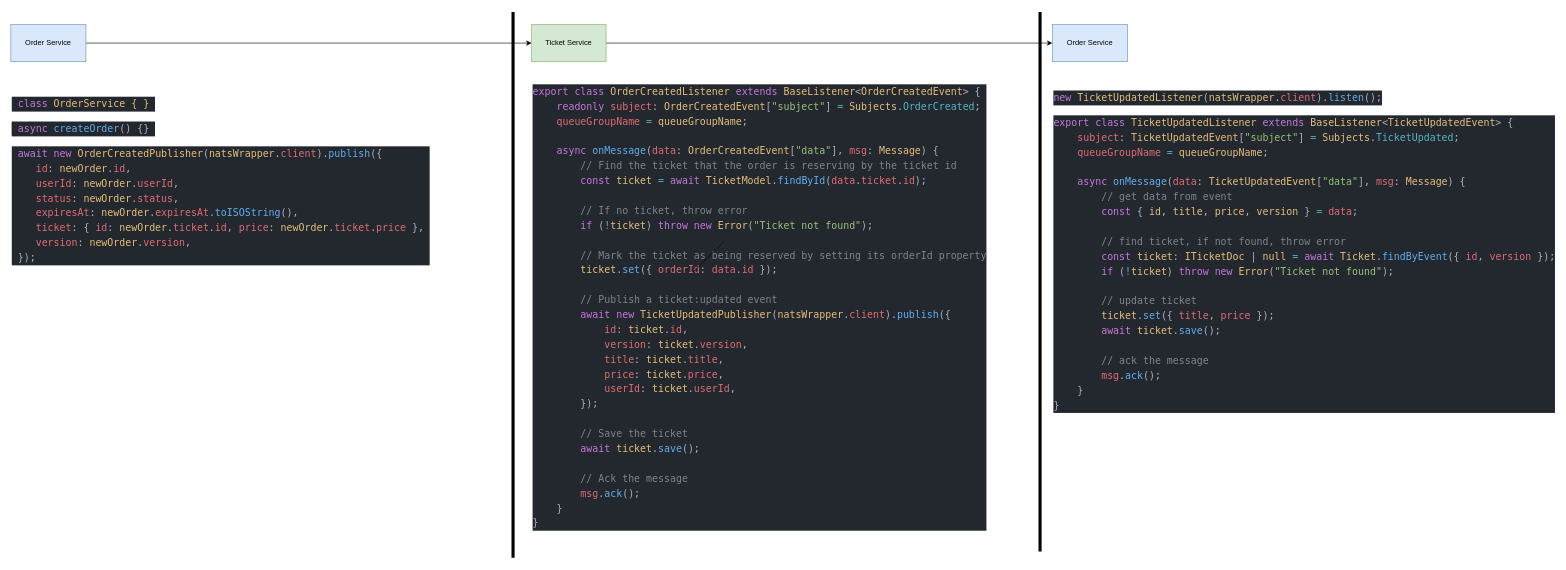
The draw.io diagram page "OrderCreatedPublisher-1" (4 of 4) of ticketing_project.drawio in h3nrzi/ticketing22, before the edit. Source tidied: cells renumbered, new cells numbered last; positions are measured from the earlier drawing's top-left corner, leaving out a move shared by most shapes. Both pictures are drawn from the tidied source at 62%, with x=0, y=0 at pixel (11, 12).
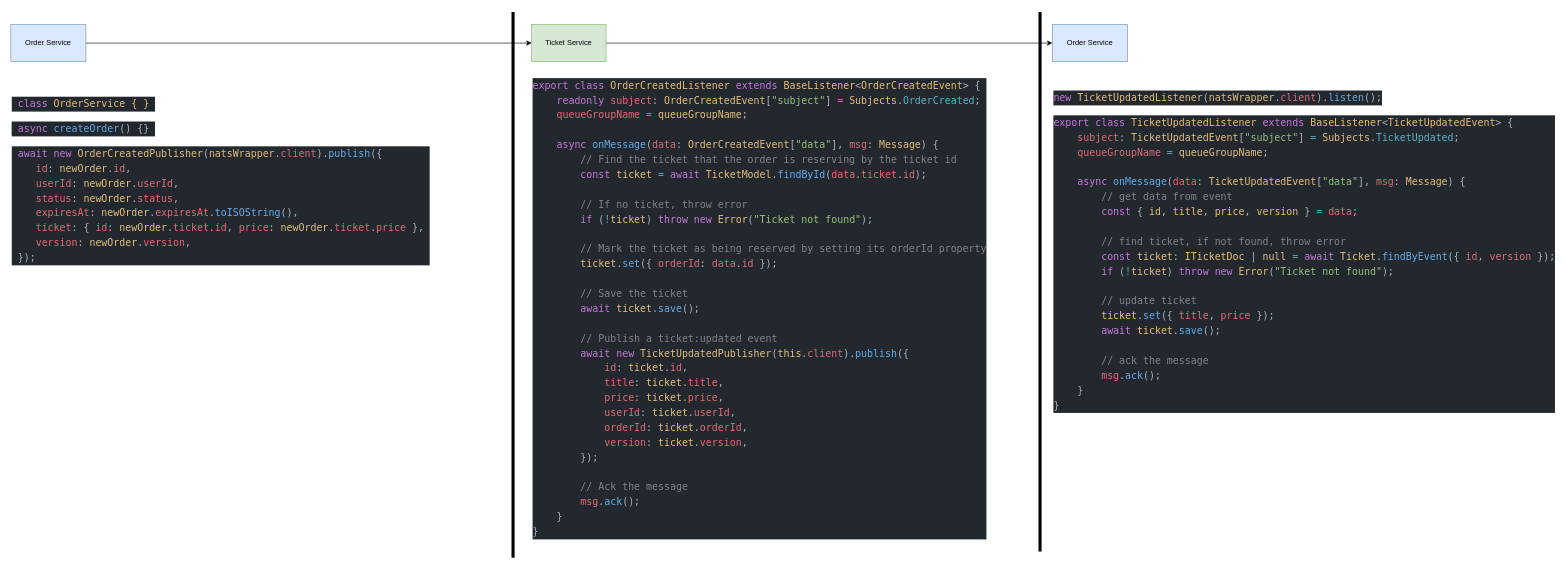
Above is the later version.

What changed in the source:
```diff
@@
-    <mxCell id="12" value="&lt;div style=&quot;color: #abb2bf;background-color: #23272e;font-family: 'Ubuntu mono', Menlo, Monaco, 'Courier New', monospace;font-weight: normal;font-size: 16px;line-height: 24px;white-space: pre;&quot;&gt;&lt;div&gt;&lt;span style=&quot;color: #c678dd;&quot;&gt;export&lt;/span&gt;&lt;span style=&quot;color: #abb2bf;&quot;&gt; &lt;/span&gt;&lt;span style=&quot;color: #c678dd;&quot;&gt;class&lt;/span&gt;&lt;span style=&quot;color: #abb2bf;&quot;&gt; &lt;/span&gt;&lt;span style=&quot;color: #e5c07b;&quot;&gt;OrderCreatedListener&lt;/span&gt;&lt;span style=&quot;color: #abb2bf;&quot;&gt; &lt;/span&gt;&lt;span style=&quot;color: #c678dd;&quot;&gt;extends&lt;/span&gt;&lt;span style=&quot;color: #abb2bf;&quot;&gt; &lt;/span&gt;&lt;span style=&quot;color: #e5c07b;&quot;&gt;BaseListener&lt;/span&gt;&lt;span style=&quot;color: #abb2bf;&quot;&gt;&amp;lt;&lt;/span&gt;&lt;span style=&quot;color: #e5c07b;&quot;&gt;OrderCreatedEvent&lt;/span&gt;&lt;span style=&quot;color: #abb2bf;&quot;&gt;&amp;gt; {&lt;/span&gt;&lt;/div&gt;&lt;div&gt;&lt;span style=&quot;color: #abb2bf;&quot;&gt;    &lt;/span&gt;&lt;span style=&quot;color: #c678dd;&quot;&gt;readonly&lt;/span&gt;&lt;span style=&quot;color: #abb2bf;&quot;&gt; &lt;/span&gt;&lt;span style=&quot;color: #e06c75;&quot;&gt;subject&lt;/span&gt;&lt;span style=&quot;color: #abb2bf;&quot;&gt;: &lt;/span&gt;&lt;span style=&quot;color: #e5c07b;&quot;&gt;OrderCreatedEvent&lt;/span&gt;&lt;span style=&quot;color: #abb2bf;&quot;&gt;[&lt;/span&gt;&lt;span style=&quot;color: #98c379;&quot;&gt;&quot;subject&quot;&lt;/span&gt;&lt;span style=&quot;color: #abb2bf;&quot;&gt;] &lt;/span&gt;&lt;span style=&quot;color: #56b6c2;&quot;&gt;=&lt;/span&gt;&lt;span style=&quot;color: #abb2bf;&quot;&gt; &lt;/span&gt;&lt;span style=&quot;color: #e5c07b;&quot;&gt;Subjects&lt;/span&gt;&lt;span style=&quot;color: #abb2bf;&quot;&gt;.&lt;/span&gt;&lt;span style=&quot;color: #56b6c2;&quot;&gt;OrderCreated&lt;/span&gt;&lt;span style=&quot;color: #abb2bf;&quot;&gt;;&lt;/span&gt;&lt;/div&gt;&lt;div&gt;&lt;span style=&quot;color: #abb2bf;&quot;&gt;    &lt;/span&gt;&lt;span style=&quot;color: #e06c75;&quot;&gt;queueGroupName&lt;/span&gt;&lt;span style=&quot;color: #abb2bf;&quot;&gt; &lt;/span&gt;&lt;span style=&quot;color: #56b6c2;&quot;&gt;=&lt;/span&gt;&lt;span style=&quot;color: #abb2bf;&quot;&gt; &lt;/span&gt;&lt;span style=&quot;color: #e5c07b;&quot;&gt;queueGroupName&lt;/span&gt;&lt;span style=&quot;color: #abb2bf;&quot;&gt;;&lt;/span&gt;&lt;/div&gt;&lt;br&gt;&lt;div&gt;&lt;span style=&quot;color: #abb2bf;&quot;&gt;    &lt;/span&gt;&lt;span style=&quot;color: #c678dd;&quot;&gt;async&lt;/span&gt;&lt;span style=&quot;color: #abb2bf;&quot;&gt; &lt;/span&gt;&lt;span style=&quot;color: #61afef;&quot;&gt;onMessage&lt;/span&gt;&lt;span style=&quot;color: #abb2bf;&quot;&gt;(&lt;/span&gt;&lt;span style=&quot;color: #e06c75;&quot;&gt;data&lt;/span&gt;&lt;span style=&quot;color: #abb2bf;&quot;&gt;: &lt;/span&gt;&lt;span style=&quot;color: #e5c07b;&quot;&gt;OrderCreatedEvent&lt;/span&gt;&lt;span style=&quot;color: #abb2bf;&quot;&gt;[&lt;/span&gt;&lt;span style=&quot;color: #98c379;&quot;&gt;&quot;data&quot;&lt;/span&gt;&lt;span style=&quot;color: #abb2bf;&quot;&gt;], &lt;/span&gt;&lt;span style=&quot;color: #e06c75;&quot;&gt;msg&lt;/span&gt;&lt;span style=&quot;color: #abb2bf;&quot;&gt;: &lt;/span&gt;&lt;span style=&quot;color: #e5c07b;&quot;&gt;Message&lt;/span&gt;&lt;span style=&quot;color: #abb2bf;&quot;&gt;) {&lt;/span&gt;&lt;/div&gt;&lt;div&gt;&lt;span style=&quot;color: #abb2bf;&quot;&gt;        &lt;/span&gt;&lt;span style=&quot;color: #7f848e;&quot;&gt;// Find the ticket that the order is reserving by the ticket id&lt;/span&gt;&lt;/div&gt;&lt;div&gt;&lt;span style=&quot;color: #abb2bf;&quot;&gt;        &lt;/span&gt;&lt;span style=&quot;color: #c678dd;&quot;&gt;const&lt;/span&gt;&lt;span style=&quot;color: #abb2bf;&quot;&gt; &lt;/span&gt;&lt;span style=&quot;color: #e5c07b;&quot;&gt;ticket&lt;/span&gt;&lt;span style=&quot;color: #abb2bf;&quot;&gt; &lt;/span&gt;&lt;span style=&quot;color: #56b6c2;&quot;&gt;=&lt;/span&gt;&lt;span style=&quot;color: #abb2bf;&quot;&gt; &lt;/span&gt;&lt;span style=&quot;color: #c678dd;&quot;&gt;await&lt;/span&gt;&lt;span style=&quot;color: #abb2bf;&quot;&gt; &lt;/span&gt;&lt;span style=&quot;color: #e5c07b;&quot;&gt;TicketModel&lt;/span&gt;&lt;span style=&quot;color: #abb2bf;&quot;&gt;.&lt;/span&gt;&lt;span style=&quot;color: #61afef;&quot;&gt;findById&lt;/span&gt;&lt;span style=&quot;color: #abb2bf;&quot;&gt;(&lt;/span&gt;&lt;span style=&quot;color: #e06c75;&quot;&gt;data&lt;/span&gt;&lt;span style=&quot;color: #abb2bf;&quot;&gt;.&lt;/span&gt;&lt;span style=&quot;color: #e06c75;&quot;&gt;ticket&lt;/span&gt;&lt;span style=&quot;color: #abb2bf;&quot;&gt;.&lt;/span&gt;&lt;span style=&quot;color: #e06c75;&quot;&gt;id&lt;/span&gt;&lt;span style=&quot;color: #abb2bf;&quot;&gt;);&lt;/span&gt;&lt;/div&gt;&lt;br&gt;&lt;div&gt;&lt;span style=&quot;color: #abb2bf;&quot;&gt;        &lt;/span&gt;&lt;span style=&quot;color: #7f848e;&quot;&gt;// If no ticket, throw error&lt;/span&gt;&lt;/div&gt;&lt;div&gt;&lt;span style=&quot;color: #abb2bf;&quot;&gt;        &lt;/span&gt;&lt;span style=&quot;color: #c678dd;&quot;&gt;if&lt;/span&gt;&lt;span style=&quot;color: #abb2bf;&quot;&gt; (&lt;/span&gt;&lt;span style=&quot;color: #56b6c2;&quot;&gt;!&lt;/span&gt;&lt;span style=&quot;color: #e5c07b;&quot;&gt;ticket&lt;/span&gt;&lt;span style=&quot;color: #abb2bf;&quot;&gt;) &lt;/span&gt;&lt;span style=&quot;color: #c678dd;&quot;&gt;throw&lt;/span&gt;&lt;span style=&quot;color: #abb2bf;&quot;&gt; &lt;/span&gt;&lt;span style=&quot;color: #c678dd;&quot;&gt;new&lt;/span&gt;&lt;span style=&quot;color: #abb2bf;&quot;&gt; &lt;/span&gt;&lt;span style=&quot;color: #e5c07b;&quot;&gt;Error&lt;/span&gt;&lt;span style=&quot;color: #abb2bf;&quot;&gt;(&lt;/span&gt;&lt;span style=&quot;color: #98c379;&quot;&gt;&quot;Ticket not found&quot;&lt;/span&gt;&lt;span style=&quot;color: #abb2bf;&quot;&gt;);&lt;/span&gt;&lt;/div&gt;&lt;br&gt;&lt;div&gt;&lt;span style=&quot;color: #abb2bf;&quot;&gt;        &lt;/span&gt;&lt;span style=&quot;color: #7f848e;&quot;&gt;// Mark the ticket as being reserved by setting its orderId property&lt;/span&gt;&lt;/div&gt;&lt;div&gt;&lt;span style=&quot;color: #abb2bf;&quot;&gt;        &lt;/span&gt;&lt;span style=&quot;color: #e5c07b;&quot;&gt;ticket&lt;/span&gt;&lt;span style=&quot;color: #abb2bf;&quot;&gt;.&lt;/span&gt;&lt;span style=&quot;color: #61afef;&quot;&gt;set&lt;/span&gt;&lt;span style=&quot;color: #abb2bf;&quot;&gt;({ &lt;/span&gt;&lt;span style=&quot;color: #e06c75;&quot;&gt;orderId&lt;/span&gt;&lt;span style=&quot;color: #abb2bf;&quot;&gt;: &lt;/span&gt;&lt;span style=&quot;color: #e06c75;&quot;&gt;data&lt;/span&gt;&lt;span style=&quot;color: #abb2bf;&quot;&gt;.&lt;/span&gt;&lt;span style=&quot;color: #e06c75;&quot;&gt;id&lt;/span&gt;&lt;span style=&quot;color: #abb2bf;&quot;&gt; });&lt;/span&gt;&lt;/div&gt;&lt;br&gt;&lt;div&gt;&lt;span style=&quot;color: #abb2bf;&quot;&gt;        &lt;/span&gt;&lt;span style=&quot;color: #7f848e;&quot;&gt;// Publish a ticket:updated event&lt;/span&gt;&lt;/div&gt;&lt;div&gt;&lt;span style=&quot;color: #abb2bf;&quot;&gt;        &lt;/span&gt;&lt;span style=&quot;color: #c678dd;&quot;&gt;await&lt;/span&gt;&lt;span style=&quot;color: #abb2bf;&quot;&gt; &lt;/span&gt;&lt;span style=&quot;color: #c678dd;&quot;&gt;new&lt;/span&gt;&lt;span style=&quot;color: #abb2bf;&quot;&gt; &lt;/span&gt;&lt;span style=&quot;color: #e5c07b;&quot;&gt;TicketUpdatedPublisher&lt;/span&gt;&lt;span style=&quot;color: #abb2bf;&quot;&gt;(&lt;/span&gt;&lt;span style=&quot;color: #e5c07b;&quot;&gt;natsWrapper&lt;/span&gt;&lt;span style=&quot;color: #abb2bf;&quot;&gt;.&lt;/span&gt;&lt;span style=&quot;color: #e06c75;&quot;&gt;client&lt;/span&gt;&lt;span style=&quot;color: #abb2bf;&quot;&gt;).&lt;/span&gt;&lt;span style=&quot;color: #61afef;&quot;&gt;publish&lt;/span&gt;&lt;span style=&quot;color: #abb2bf;&quot;&gt;({&lt;/span&gt;&lt;/div&gt;&lt;div&gt;&lt;span style=&quot;color: #abb2bf;&quot;&gt;            &lt;/span&gt;&lt;span style=&quot;color: #e06c75;&quot;&gt;id&lt;/span&gt;&lt;span style=&quot;color: #abb2bf;&quot;&gt;: &lt;/span&gt;&lt;span style=&quot;color: #e5c07b;&quot;&gt;ticket&lt;/span&gt;&lt;span style=&quot;color: #abb2bf;&quot;&gt;.&lt;/span&gt;&lt;span style=&quot;color: #e06c75;&quot;&gt;id&lt;/span&gt;&lt;span style=&quot;color: #abb2bf;&quot;&gt;,&lt;/span&gt;&lt;/div&gt;&lt;div&gt;&lt;span style=&quot;color: #abb2bf;&quot;&gt;            &lt;/span&gt;&lt;span style=&quot;color: #e06c75;&quot;&gt;version&lt;/span&gt;&lt;span style=&quot;color: #abb2bf;&quot;&gt;: &lt;/span&gt;&lt;span style=&quot;color: #e5c07b;&quot;&gt;ticket&lt;/span&gt;&lt;span style=&quot;color: #abb2bf;&quot;&gt;.&lt;/span&gt;&lt;span style=&quot;color: #e06c75;&quot;&gt;version&lt;/span&gt;&lt;span style=&quot;color: #abb2bf;&quot;&gt;,&lt;/span&gt;&lt;/div&gt;&lt;div&gt;&lt;span style=&quot;color: #abb2bf;&quot;&gt;            &lt;/span&gt;&lt;span style=&quot;color: #e06c75;&quot;&gt;title&lt;/span&gt;&lt;span style=&quot;color: #abb2bf;&quot;&gt;: &lt;/span&gt;&lt;span style=&quot;color: #e5c07b;&quot;&gt;ticket&lt;/span&gt;&lt;span style=&quot;color: #abb2bf;&quot;&gt;.&lt;/span&gt;&lt;span style=&quot;color: #e06c75;&quot;&gt;title&lt;/span&gt;&lt;span style=&quot;color: #abb2bf;&quot;&gt;,&lt;/span&gt;&lt;/div&gt;&lt;div&gt;&lt;span style=&quot;color: #abb2bf;&quot;&gt;            &lt;/span&gt;&lt;span style=&quot;color: #e06c75;&quot;&gt;price&lt;/span&gt;&lt;span style=&quot;color: #abb2bf;&quot;&gt;: &lt;/span&gt;&lt;span style=&quot;color: #e5c07b;&quot;&gt;ticket&lt;/span&gt;&lt;span style=&quot;color: #abb2bf;&quot;&gt;.&lt;/span&gt;&lt;span style=&quot;color: #e06c75;&quot;&gt;price&lt;/span&gt;&lt;span style=&quot;color: #abb2bf;&quot;&gt;,&lt;/span&gt;&lt;/div&gt;&lt;div&gt;&lt;span style=&quot;color: #abb2bf;&quot;&gt;            &lt;/span&gt;&lt;span style=&quot;color: #e06c75;&quot;&gt;userId&lt;/span&gt;&lt;span style=&quot;color: #abb2bf;&quot;&gt;: &lt;/span&gt;&lt;span style=&quot;color: #e5c07b;&quot;&gt;ticket&lt;/span&gt;&lt;span style=&quot;color: #abb2bf;&quot;&gt;.&lt;/span&gt;&lt;span style=&quot;color: #e06c75;&quot;&gt;userId&lt;/span&gt;&lt;span style=&quot;color: #abb2bf;&quot;&gt;,&lt;/span&gt;&lt;/div&gt;&lt;div&gt;&lt;span style=&quot;color: #abb2bf;&quot;&gt;        });&lt;/span&gt;&lt;/div&gt;&lt;br&gt;&lt;div&gt;&lt;span style=&quot;color: #abb2bf;&quot;&gt;        &lt;/span&gt;&lt;span style=&quot;color: #7f848e;&quot;&gt;// Save the ticket&lt;/span&gt;&lt;/div&gt;&lt;div&gt;&lt;span style=&quot;color: #abb2bf;&quot;&gt;        &lt;/span&gt;&lt;span style=&quot;color: #c678dd;&quot;&gt;await&lt;/span&gt;&lt;span style=&quot;color: #abb2bf;&quot;&gt; &lt;/span&gt;&lt;span style=&quot;color: #e5c07b;&quot;&gt;ticket&lt;/span&gt;&lt;span style=&quot;color: #abb2bf;&quot;&gt;.&lt;/span&gt;&lt;span style=&quot;color: #61afef;&quot;&gt;save&lt;/span&gt;&lt;span style=&quot;color: #abb2bf;&quot;&gt;();&lt;/span&gt;&lt;/div&gt;&lt;br&gt;&lt;div&gt;&lt;span style=&quot;color: #abb2bf;&quot;&gt;        &lt;/span&gt;&lt;span style=&quot;color: #7f848e;&quot;&gt;// Ack the message&lt;/span&gt;&lt;/div&gt;&lt;div&gt;&lt;span style=&quot;color: #abb2bf;&quot;&gt;        &lt;/span&gt;&lt;span style=&quot;color: #e06c75;&quot;&gt;msg&lt;/span&gt;&lt;span style=&quot;color: #abb2bf;&quot;&gt;.&lt;/span&gt;&lt;span style=&quot;color: #61afef;&quot;&gt;ack&lt;/span&gt;&lt;span style=&quot;color: #abb2bf;&quot;&gt;();&lt;/span&gt;&lt;/div&gt;&lt;div&gt;&lt;span style=&quot;color: #abb2bf;&quot;&gt;    }&lt;/span&gt;&lt;/div&gt;&lt;div&gt;&lt;span style=&quot;color: #abb2bf;&quot;&gt;}&lt;/span&gt;&lt;/div&gt;&lt;/div&gt;" style="text;whiteSpace=wrap;html=1;" parent="1" vertex="1">
-      <mxGeometry x="840" y="110" width="620" height="740" as="geometry" />
-    </mxCell>
@@
-    <mxCell id="14" style="endArrow=none;html=1;rounded=0;" parent="1" edge="1">
-      <mxGeometry relative="1" as="geometry">
-        <mxPoint x="1100" y="420" as="sourcePoint" />
-        <mxPoint x="1150" y="370" as="targetPoint" />
-      </mxGeometry>
-    </mxCell>
@@
+    <mxCell id="16" value="&lt;div style=&quot;color: #abb2bf;background-color: #23272e;font-family: 'Ubuntu mono', Menlo, Monaco, 'Courier New', monospace;font-weight: normal;font-size: 16px;line-height: 24px;white-space: pre;&quot;&gt;&lt;div&gt;&lt;span style=&quot;color: #c678dd;&quot;&gt;export&lt;/span&gt;&lt;span style=&quot;color: #abb2bf;&quot;&gt; &lt;/span&gt;&lt;span style=&quot;color: #c678dd;&quot;&gt;class&lt;/span&gt;&lt;span style=&quot;color: #abb2bf;&quot;&gt; &lt;/span&gt;&lt;span style=&quot;color: #e5c07b;&quot;&gt;OrderCreatedListener&lt;/span&gt;&lt;span style=&quot;color: #abb2bf;&quot;&gt; &lt;/span&gt;&lt;span style=&quot;color: #c678dd;&quot;&gt;extends&lt;/span&gt;&lt;span style=&quot;color: #abb2bf;&quot;&gt; &lt;/span&gt;&lt;span style=&quot;color: #e5c07b;&quot;&gt;BaseListener&lt;/span&gt;&lt;span style=&quot;color: #abb2bf;&quot;&gt;&amp;lt;&lt;/span&gt;&lt;span style=&quot;color: #e5c07b;&quot;&gt;OrderCreatedEvent&lt;/span&gt;&lt;span style=&quot;color: #abb2bf;&quot;&gt;&amp;gt; {&lt;/span&gt;&lt;/div&gt;&lt;div&gt;&lt;span style=&quot;color: #abb2bf;&quot;&gt;    &lt;/span&gt;&lt;span style=&quot;color: #c678dd;&quot;&gt;readonly&lt;/span&gt;&lt;span style=&quot;color: #abb2bf;&quot;&gt; &lt;/span&gt;&lt;span style=&quot;color: #e06c75;&quot;&gt;subject&lt;/span&gt;&lt;span style=&quot;color: #abb2bf;&quot;&gt;: &lt;/span&gt;&lt;span style=&quot;color: #e5c07b;&quot;&gt;OrderCreatedEvent&lt;/span&gt;&lt;span style=&quot;color: #abb2bf;&quot;&gt;[&lt;/span&gt;&lt;span style=&quot;color: #98c379;&quot;&gt;&quot;subject&quot;&lt;/span&gt;&lt;span style=&quot;color: #abb2bf;&quot;&gt;] &lt;/span&gt;&lt;span style=&quot;color: #56b6c2;&quot;&gt;=&lt;/span&gt;&lt;span style=&quot;color: #abb2bf;&quot;&gt; &lt;/span&gt;&lt;span style=&quot;color: #e5c07b;&quot;&gt;Subjects&lt;/span&gt;&lt;span style=&quot;color: #abb2bf;&quot;&gt;.&lt;/span&gt;&lt;span style=&quot;color: #56b6c2;&quot;&gt;OrderCreated&lt;/span&gt;&lt;span style=&quot;color: #abb2bf;&quot;&gt;;&lt;/span&gt;&lt;/div&gt;&lt;div&gt;&lt;span style=&quot;color: #abb2bf;&quot;&gt;    &lt;/span&gt;&lt;span style=&quot;color: #e06c75;&quot;&gt;queueGroupName&lt;/span&gt;&lt;span style=&quot;color: #abb2bf;&quot;&gt; &lt;/span&gt;&lt;span style=&quot;color: #56b6c2;&quot;&gt;=&lt;/span&gt;&lt;span style=&quot;color: #abb2bf;&quot;&gt; &lt;/span&gt;&lt;span style=&quot;color: #e5c07b;&quot;&gt;queueGroupName&lt;/span&gt;&lt;span style=&quot;color: #abb2bf;&quot;&gt;;&lt;/span&gt;&lt;/div&gt;&lt;br&gt;&lt;div&gt;&lt;span style=&quot;color: #abb2bf;&quot;&gt;    &lt;/span&gt;&lt;span style=&quot;color: #c678dd;&quot;&gt;async&lt;/span&gt;&lt;span style=&quot;color: #abb2bf;&quot;&gt; &lt;/span&gt;&lt;span style=&quot;color: #61afef;&quot;&gt;onMessage&lt;/span&gt;&lt;span style=&quot;color: #abb2bf;&quot;&gt;(&lt;/span&gt;&lt;span style=&quot;color: #e06c75;&quot;&gt;data&lt;/span&gt;&lt;span style=&quot;color: #abb2bf;&quot;&gt;: &lt;/span&gt;&lt;span style=&quot;color: #e5c07b;&quot;&gt;OrderCreatedEvent&lt;/span&gt;&lt;span style=&quot;color: #abb2bf;&quot;&gt;[&lt;/span&gt;&lt;span style=&quot;color: #98c379;&quot;&gt;&quot;data&quot;&lt;/span&gt;&lt;span style=&quot;color: #abb2bf;&quot;&gt;], &lt;/span&gt;&lt;span style=&quot;color: #e06c75;&quot;&gt;msg&lt;/span&gt;&lt;span style=&quot;color: #abb2bf;&quot;&gt;: &lt;/span&gt;&lt;span style=&quot;color: #e5c07b;&quot;&gt;Message&lt;/span&gt;&lt;span style=&quot;color: #abb2bf;&quot;&gt;) {&lt;/span&gt;&lt;/div&gt;&lt;div&gt;&lt;span style=&quot;color: #abb2bf;&quot;&gt;        &lt;/span&gt;&lt;span style=&quot;color: #7f848e;&quot;&gt;// Find the ticket that the order is reserving by the ticket id&lt;/span&gt;&lt;/div&gt;&lt;div&gt;&lt;span style=&quot;color: #abb2bf;&quot;&gt;        &lt;/span&gt;&lt;span style=&quot;color: #c678dd;&quot;&gt;const&lt;/span&gt;&lt;span style=&quot;color: #abb2bf;&quot;&gt; &lt;/span&gt;&lt;span style=&quot;color: #e5c07b;&quot;&gt;ticket&lt;/span&gt;&lt;span style=&quot;color: #abb2bf;&quot;&gt; &lt;/span&gt;&lt;span style=&quot;color: #56b6c2;&quot;&gt;=&lt;/span&gt;&lt;span style=&quot;color: #abb2bf;&quot;&gt; &lt;/span&gt;&lt;span style=&quot;color: #c678dd;&quot;&gt;await&lt;/span&gt;&lt;span style=&quot;color: #abb2bf;&quot;&gt; &lt;/span&gt;&lt;span style=&quot;color: #e5c07b;&quot;&gt;TicketModel&lt;/span&gt;&lt;span style=&quot;color: #abb2bf;&quot;&gt;.&lt;/span&gt;&lt;span style=&quot;color: #61afef;&quot;&gt;findById&lt;/span&gt;&lt;span style=&quot;color: #abb2bf;&quot;&gt;(&lt;/span&gt;&lt;span style=&quot;color: #e06c75;&quot;&gt;data&lt;/span&gt;&lt;span style=&quot;color: #abb2bf;&quot;&gt;.&lt;/span&gt;&lt;span style=&quot;color: #e06c75;&quot;&gt;ticket&lt;/span&gt;&lt;span style=&quot;color: #abb2bf;&quot;&gt;.&lt;/span&gt;&lt;span style=&quot;color: #e06c75;&quot;&gt;id&lt;/span&gt;&lt;span style=&quot;color: #abb2bf;&quot;&gt;);&lt;/span&gt;&lt;/div&gt;&lt;br&gt;&lt;div&gt;&lt;span style=&quot;color: #abb2bf;&quot;&gt;        &lt;/span&gt;&lt;span style=&quot;color: #7f848e;&quot;&gt;// If no ticket, throw error&lt;/span&gt;&lt;/div&gt;&lt;div&gt;&lt;span style=&quot;color: #abb2bf;&quot;&gt;        &lt;/span&gt;&lt;span style=&quot;color: #c678dd;&quot;&gt;if&lt;/span&gt;&lt;span style=&quot;color: #abb2bf;&quot;&gt; (&lt;/span&gt;&lt;span style=&quot;color: #56b6c2;&quot;&gt;!&lt;/span&gt;&lt;span style=&quot;color: #e5c07b;&quot;&gt;ticket&lt;/span&gt;&lt;span style=&quot;color: #abb2bf;&quot;&gt;) &lt;/span&gt;&lt;span style=&quot;color: #c678dd;&quot;&gt;throw&lt;/span&gt;&lt;span style=&quot;color: #abb2bf;&quot;&gt; &lt;/span&gt;&lt;span style=&quot;color: #c678dd;&quot;&gt;new&lt;/span&gt;&lt;span style=&quot;color: #abb2bf;&quot;&gt; &lt;/span&gt;&lt;span style=&quot;color: #e5c07b;&quot;&gt;Error&lt;/span&gt;&lt;span style=&quot;color: #abb2bf;&quot;&gt;(&lt;/span&gt;&lt;span style=&quot;color: #98c379;&quot;&gt;&quot;Ticket not found&quot;&lt;/span&gt;&lt;span style=&quot;color: #abb2bf;&quot;&gt;);&lt;/span&gt;&lt;/div&gt;&lt;br&gt;&lt;div&gt;&lt;span style=&quot;color: #abb2bf;&quot;&gt;        &lt;/span&gt;&lt;span style=&quot;color: #7f848e;&quot;&gt;// Mark the ticket as being reserved by setting its orderId property&lt;/span&gt;&lt;/div&gt;&lt;div&gt;&lt;span style=&quot;color: #abb2bf;&quot;&gt;        &lt;/span&gt;&lt;span style=&quot;color: #e5c07b;&quot;&gt;ticket&lt;/span&gt;&lt;span style=&quot;color: #abb2bf;&quot;&gt;.&lt;/span&gt;&lt;span style=&quot;color: #61afef;&quot;&gt;set&lt;/span&gt;&lt;span style=&quot;color: #abb2bf;&quot;&gt;({ &lt;/span&gt;&lt;span style=&quot;color: #e06c75;&quot;&gt;orderId&lt;/span&gt;&lt;span style=&quot;color: #abb2bf;&quot;&gt;: &lt;/span&gt;&lt;span style=&quot;color: #e06c75;&quot;&gt;data&lt;/span&gt;&lt;span style=&quot;color: #abb2bf;&quot;&gt;.&lt;/span&gt;&lt;span style=&quot;color: #e06c75;&quot;&gt;id&lt;/span&gt;&lt;span style=&quot;color: #abb2bf;&quot;&gt; });&lt;/span&gt;&lt;/div&gt;&lt;br&gt;&lt;div&gt;&lt;span style=&quot;color: #abb2bf;&quot;&gt;        &lt;/span&gt;&lt;span style=&quot;color: #7f848e;&quot;&gt;// Save the ticket&lt;/span&gt;&lt;/div&gt;&lt;div&gt;&lt;span style=&quot;color: #abb2bf;&quot;&gt;        &lt;/span&gt;&lt;span style=&quot;color: #c678dd;&quot;&gt;await&lt;/span&gt;&lt;span style=&quot;color: #abb2bf;&quot;&gt; &lt;/span&gt;&lt;span style=&quot;color: #e5c07b;&quot;&gt;ticket&lt;/span&gt;&lt;span style=&quot;color: #abb2bf;&quot;&gt;.&lt;/span&gt;&lt;span style=&quot;color: #61afef;&quot;&gt;save&lt;/span&gt;&lt;span style=&quot;color: #abb2bf;&quot;&gt;();&lt;/span&gt;&lt;/div&gt;&lt;br&gt;&lt;div&gt;&lt;span style=&quot;color: #abb2bf;&quot;&gt;        &lt;/span&gt;&lt;span style=&quot;color: #7f848e;&quot;&gt;// Publish a ticket:updated event&lt;/span&gt;&lt;/div&gt;&lt;div&gt;&lt;span style=&quot;color: #abb2bf;&quot;&gt;        &lt;/span&gt;&lt;span style=&quot;color: #c678dd;&quot;&gt;await&lt;/span&gt;&lt;span style=&quot;color: #abb2bf;&quot;&gt; &lt;/span&gt;&lt;span style=&quot;color: #c678dd;&quot;&gt;new&lt;/span&gt;&lt;span style=&quot;color: #abb2bf;&quot;&gt; &lt;/span&gt;&lt;span style=&quot;color: #e5c07b;&quot;&gt;TicketUpdatedPublisher&lt;/span&gt;&lt;span style=&quot;color: #abb2bf;&quot;&gt;(&lt;/span&gt;&lt;span style=&quot;color: #e5c07b;&quot;&gt;this&lt;/span&gt;&lt;span style=&quot;color: #abb2bf;&quot;&gt;.&lt;/span&gt;&lt;span style=&quot;color: #e06c75;&quot;&gt;client&lt;/span&gt;&lt;span style=&quot;color: #abb2bf;&quot;&gt;).&lt;/span&gt;&lt;span style=&quot;color: #61afef;&quot;&gt;publish&lt;/span&gt;&lt;span style=&quot;color: #abb2bf;&quot;&gt;({&lt;/span&gt;&lt;/div&gt;&lt;div&gt;&lt;span style=&quot;color: #abb2bf;&quot;&gt;            &lt;/span&gt;&lt;span style=&quot;color: #e06c75;&quot;&gt;id&lt;/span&gt;&lt;span style=&quot;color: #abb2bf;&quot;&gt;: &lt;/span&gt;&lt;span style=&quot;color: #e5c07b;&quot;&gt;ticket&lt;/span&gt;&lt;span style=&quot;color: #abb2bf;&quot;&gt;.&lt;/span&gt;&lt;span style=&quot;color: #e06c75;&quot;&gt;id&lt;/span&gt;&lt;span style=&quot;color: #abb2bf;&quot;&gt;,&lt;/span&gt;&lt;/div&gt;&lt;div&gt;&lt;span style=&quot;color: #abb2bf;&quot;&gt;            &lt;/span&gt;&lt;span style=&quot;color: #e06c75;&quot;&gt;title&lt;/span&gt;&lt;span style=&quot;color: #abb2bf;&quot;&gt;: &lt;/span&gt;&lt;span style=&quot;color: #e5c07b;&quot;&gt;ticket&lt;/span&gt;&lt;span style=&quot;color: #abb2bf;&quot;&gt;.&lt;/span&gt;&lt;span style=&quot;color: #e06c75;&quot;&gt;title&lt;/span&gt;&lt;span style=&quot;color: #abb2bf;&quot;&gt;,&lt;/span&gt;&lt;/div&gt;&lt;div&gt;&lt;span style=&quot;color: #abb2bf;&quot;&gt;            &lt;/span&gt;&lt;span style=&quot;color: #e06c75;&quot;&gt;price&lt;/span&gt;&lt;span style=&quot;color: #abb2bf;&quot;&gt;: &lt;/span&gt;&lt;span style=&quot;color: #e5c07b;&quot;&gt;ticket&lt;/span&gt;&lt;span style=&quot;color: #abb2bf;&quot;&gt;.&lt;/span&gt;&lt;span style=&quot;color: #e06c75;&quot;&gt;price&lt;/span&gt;&lt;span style=&quot;color: #abb2bf;&quot;&gt;,&lt;/span&gt;&lt;/div&gt;&lt;div&gt;&lt;span style=&quot;color: #abb2bf;&quot;&gt;            &lt;/span&gt;&lt;span style=&quot;color: #e06c75;&quot;&gt;userId&lt;/span&gt;&lt;span style=&quot;color: #abb2bf;&quot;&gt;: &lt;/span&gt;&lt;span style=&quot;color: #e5c07b;&quot;&gt;ticket&lt;/span&gt;&lt;span style=&quot;color: #abb2bf;&quot;&gt;.&lt;/span&gt;&lt;span style=&quot;color: #e06c75;&quot;&gt;userId&lt;/span&gt;&lt;span style=&quot;color: #abb2bf;&quot;&gt;,&lt;/span&gt;&lt;/div&gt;&lt;div&gt;&lt;span style=&quot;color: #abb2bf;&quot;&gt;            &lt;/span&gt;&lt;span style=&quot;color: #e06c75;&quot;&gt;orderId&lt;/span&gt;&lt;span style=&quot;color: #abb2bf;&quot;&gt;: &lt;/span&gt;&lt;span style=&quot;color: #e5c07b;&quot;&gt;ticket&lt;/span&gt;&lt;span style=&quot;color: #abb2bf;&quot;&gt;.&lt;/span&gt;&lt;span style=&quot;color: #e06c75;&quot;&gt;orderId&lt;/span&gt;&lt;span style=&quot;color: #abb2bf;&quot;&gt;,&lt;/span&gt;&lt;/div&gt;&lt;div&gt;&lt;span style=&quot;color: #abb2bf;&quot;&gt;            &lt;/span&gt;&lt;span style=&quot;color: #e06c75;&quot;&gt;version&lt;/span&gt;&lt;span style=&quot;color: #abb2bf;&quot;&gt;: &lt;/span&gt;&lt;span style=&quot;color: #e5c07b;&quot;&gt;ticket&lt;/span&gt;&lt;span style=&quot;color: #abb2bf;&quot;&gt;.&lt;/span&gt;&lt;span style=&quot;color: #e06c75;&quot;&gt;version&lt;/span&gt;&lt;span style=&quot;color: #abb2bf;&quot;&gt;,&lt;/span&gt;&lt;/div&gt;&lt;div&gt;&lt;span style=&quot;color: #abb2bf;&quot;&gt;        });&lt;/span&gt;&lt;/div&gt;&lt;br&gt;&lt;div&gt;&lt;span style=&quot;color: #abb2bf;&quot;&gt;        &lt;/span&gt;&lt;span style=&quot;color: #7f848e;&quot;&gt;// Ack the message&lt;/span&gt;&lt;/div&gt;&lt;div&gt;&lt;span style=&quot;color: #abb2bf;&quot;&gt;        &lt;/span&gt;&lt;span style=&quot;color: #e06c75;&quot;&gt;msg&lt;/span&gt;&lt;span style=&quot;color: #abb2bf;&quot;&gt;.&lt;/span&gt;&lt;span style=&quot;color: #61afef;&quot;&gt;ack&lt;/span&gt;&lt;span style=&quot;color: #abb2bf;&quot;&gt;();&lt;/span&gt;&lt;/div&gt;&lt;div&gt;&lt;span style=&quot;color: #abb2bf;&quot;&gt;    }&lt;/span&gt;&lt;/div&gt;&lt;div&gt;&lt;span style=&quot;color: #abb2bf;&quot;&gt;}&lt;/span&gt;&lt;/div&gt;&lt;/div&gt;" style="text;whiteSpace=wrap;html=1;" parent="1" vertex="1">
+      <mxGeometry x="840" y="100" width="620" height="770" as="geometry" />
+    </mxCell>
```
